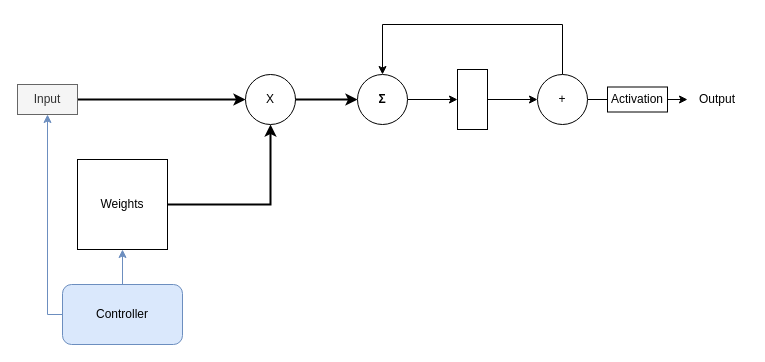
Before: neuron.drawio in 0BAB1/NNtoFPGA, a draw.io diagram. Source tidied: cells renumbered, new cells numbered last; positions are measured from the earlier drawing's top-left corner, leaving out a move shared by most shapes. Both pictures are drawn from the tidied source at 100%, with x=0, y=0 at pixel (17, 24).
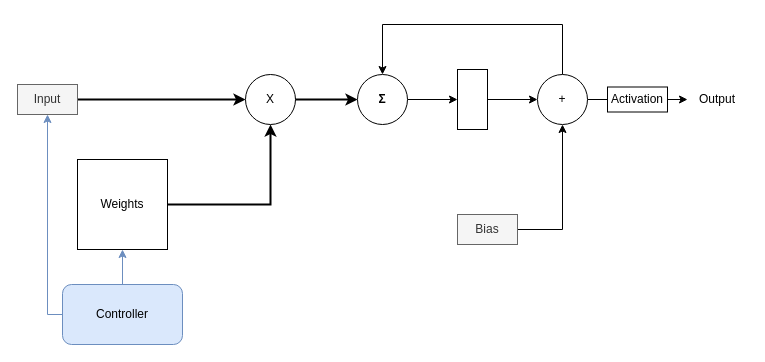
Above is the later version.

Commit message:
Mettre à jour neuron.drawio

The change refers to these unchanged cells:
```xml
<mxCell id="12" value="&lt;div&gt;+&lt;/div&gt;" style="ellipse;whiteSpace=wrap;html=1;" parent="1" vertex="1">
  <mxGeometry x="520" y="50" width="50" height="50" as="geometry" />
</mxCell>
```

Diff of the diagram source:
```diff
@@
+    <mxCell id="20" style="edgeStyle=orthogonalEdgeStyle;rounded=0;jettySize=auto;html=1;entryX=0.5;entryY=1;entryDx=0;entryDy=0;" parent="1" edge="1" source="21" target="12">
+      <mxGeometry relative="1" as="geometry" />
+    </mxCell>
+    <mxCell id="21" value="Bias" style="text;html=1;align=center;verticalAlign=middle;whiteSpace=wrap;rounded=0;fillColor=#f5f5f5;fontColor=#333333;strokeColor=#666666;" parent="1" vertex="1">
+      <mxGeometry x="440" y="190" width="60" height="30" as="geometry" />
+    </mxCell>
```
